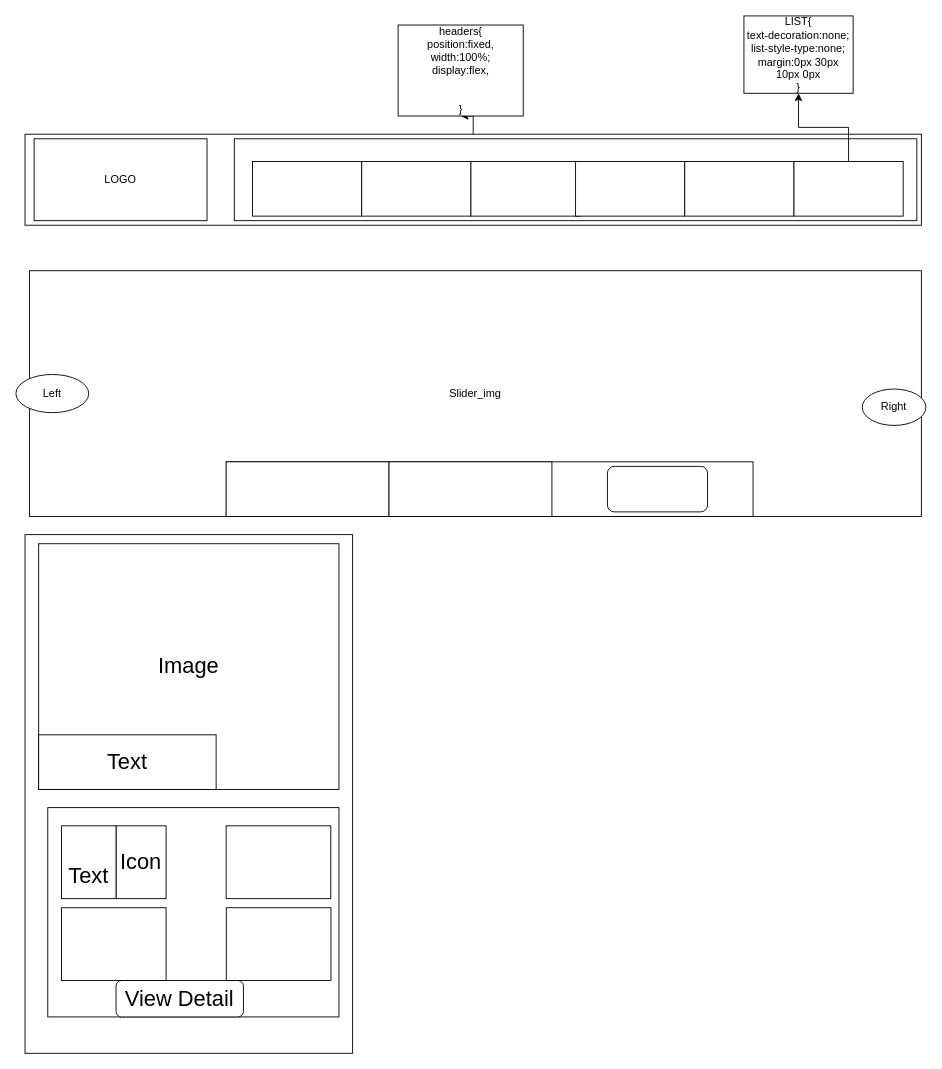
This is treking_new.drawio from sauravsharma2025/treking_website, a draw.io file, before an edit. Source tidied: cells renumbered, new cells numbered last; positions are measured from the earlier drawing's top-left corner, leaving out a move shared by most shapes. Both pictures are drawn from the tidied source at 91%, with x=0, y=0 at pixel (15, 15).
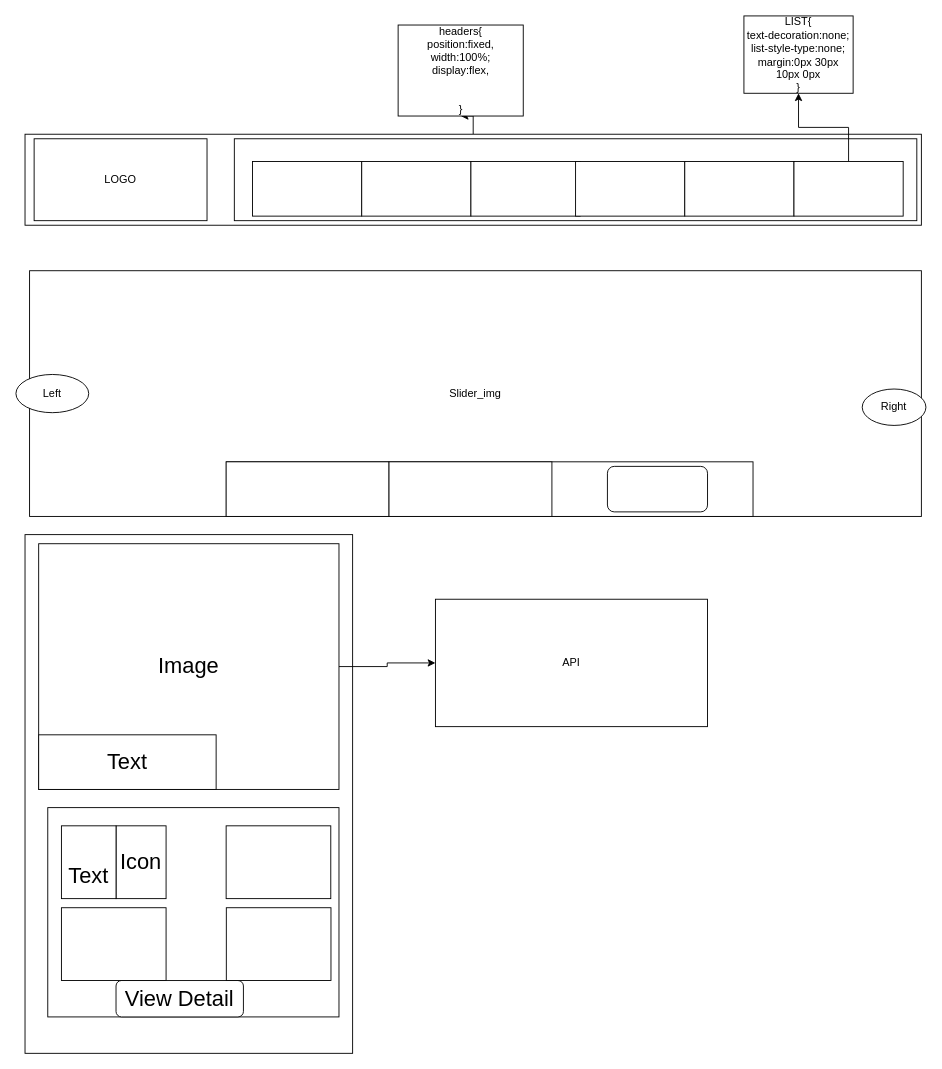
After the change.

The change refers to these unchanged cells:
```xml
<mxCell id="23" value="&lt;font style=&quot;font-size: 24px;&quot;&gt;Image&lt;/font&gt;" style="rounded=0;whiteSpace=wrap;html=1;" parent="1" vertex="1">
  <mxGeometry x="25" y="580" width="330" height="270" as="geometry" />
</mxCell>
```

Change to the diagram source:
```diff
@@
+    <mxCell id="33" style="edgeStyle=orthogonalEdgeStyle;rounded=0;jettySize=auto;html=1;" parent="1" edge="1" source="23" target="34">
+      <mxGeometry relative="1" as="geometry" />
+    </mxCell>
@@
+    <mxCell id="34" value="API" style="rounded=0;whiteSpace=wrap;html=1;" parent="1" vertex="1">
+      <mxGeometry x="461" y="641" width="299" height="140" as="geometry" />
+    </mxCell>
```
